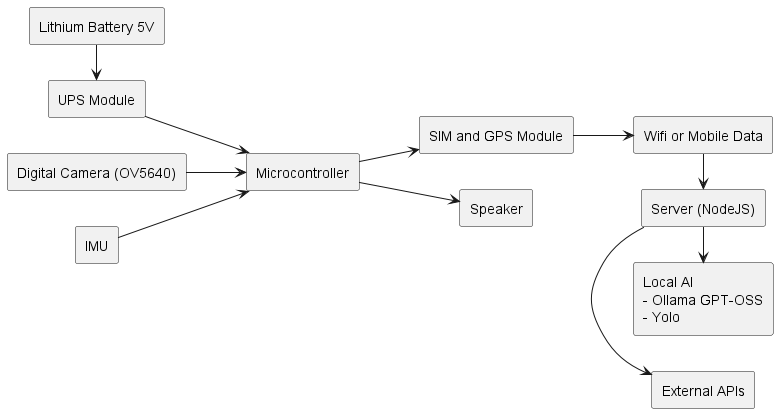
The PlantUML diagram paper/assets/uml-2.png in jasouzax/thesis, before a commit.
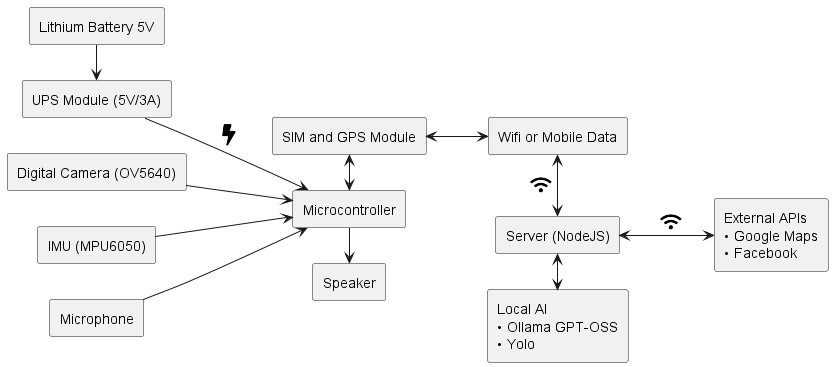
The same file after the commit.

What changed in the source:
```diff
@@ -1,23 +1,24 @@
 @startuml
+!include <tupadr3/common>
+!include <tupadr3/font-awesome-5/wifi>
+!include <tupadr3/font-awesome-5/bolt>
 skinparam componentStyle rectangle
 left to right direction
 
 [Microcontroller] as mc
-[UPS Module] as ups
+[UPS Module (5V/3A)] as ups
 [SIM and GPS Module] as sim
 [Wifi or Mobile Data] as net
 [Server (NodeJS)] as sv
-
 [Lithium Battery 5V] -> ups
 [Digital Camera (OV5640)] --> mc
-ups --> mc
-[IMU] --> mc
-
-mc --> [Speaker]
-mc --> sim
-
-sim --> net
-net -> sv
-sv -> [External APIs]
-sv -> [Local AI\n- Ollama GPT-OSS\n- Yolo]
+ups --> mc : <$bolt{scale=0.5}>
+[IMU (MPU6050)] --> mc
+[Microphone] --> mc
+mc -> [Speaker]
+sim <-> mc
+sim <--> net
+net <-> sv : <$wifi{scale=0.5}>
+sv <--> [External APIs\n<U+2022> Google Maps\n<U+2022> Facebook] : <$wifi{scale=0.5}>
+sv <-> [Local AI\n<U+2022> Ollama GPT-OSS\n<U+2022> Yolo]
 @enduml
```
